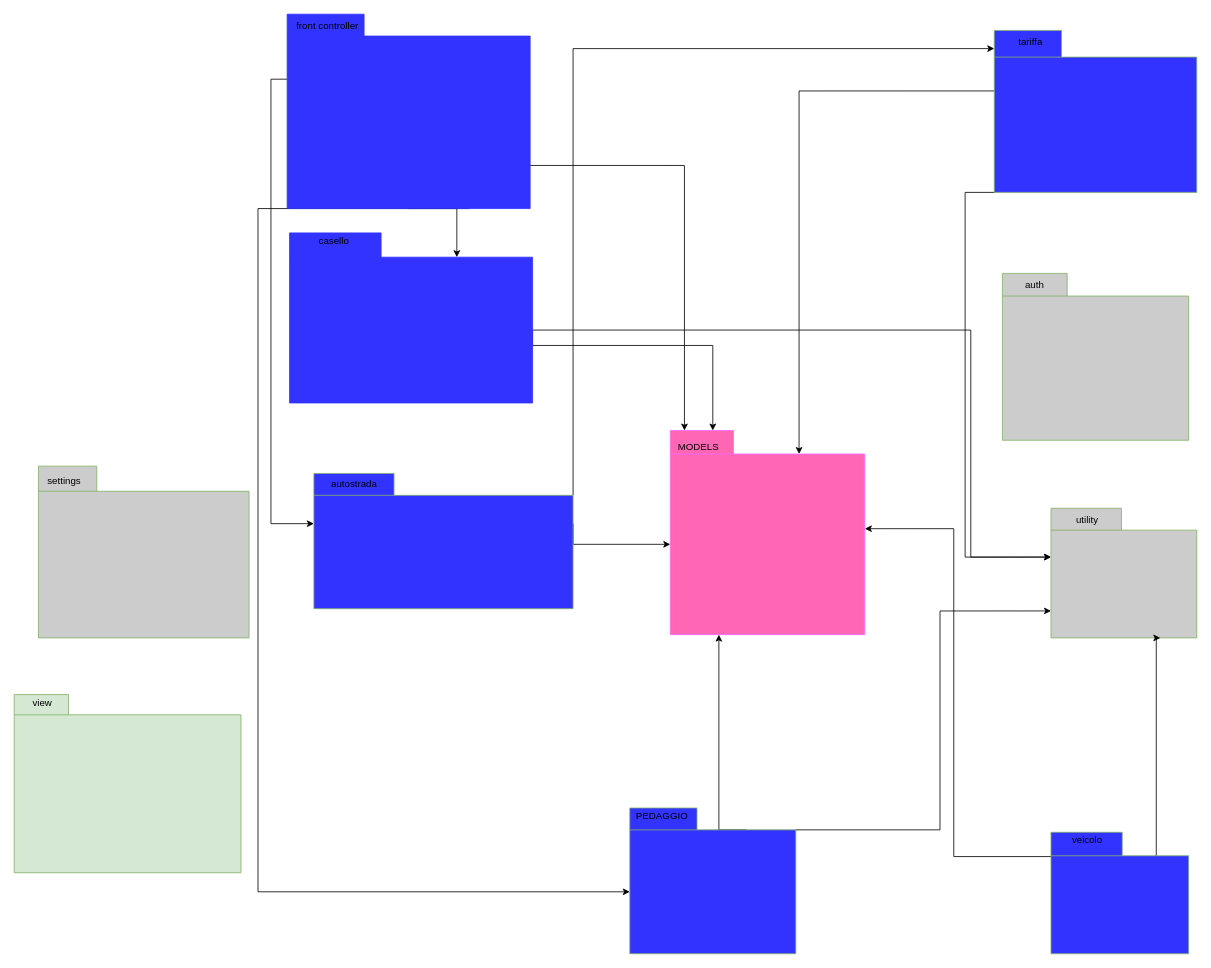
The draw.io diagram packege diagram.drawio in matda/GreenProject, before the edit. Source tidied: cells renumbered, new cells numbered last; positions are measured from the earlier drawing's top-left corner, leaving out a move shared by most shapes. Both pictures are drawn from the tidied source at 81%, with x=0, y=0 at pixel (14, 14).
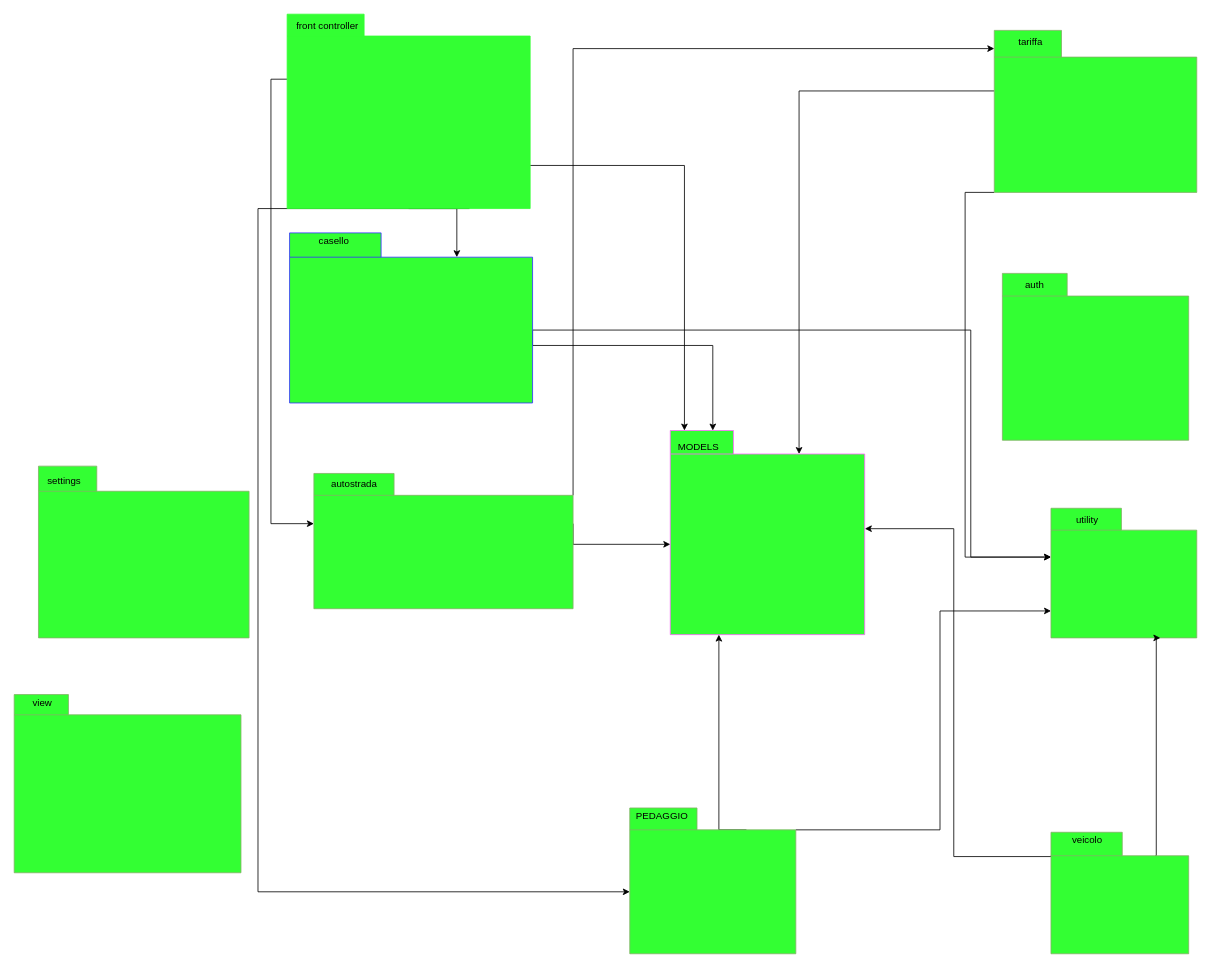
Above is the later version.

Diff of the diagram source:
```diff
@@
-    <mxCell id="6" style="shape=folder;fontStyle=1;spacingTop=10;tabWidth=95;tabHeight=27;tabPosition=left;html=1;fillColor=#3333FF;strokeColor=#3333FF;" parent="1" vertex="1">
+    <mxCell id="6" style="shape=folder;fontStyle=1;spacingTop=10;tabWidth=95;tabHeight=27;tabPosition=left;html=1;fillColor=#33FF33;strokeColor=#33FF33;" parent="1" vertex="1">
       <mxGeometry x="337" width="300" height="240" as="geometry" />
     </mxCell>
@@
-    <mxCell id="9" style="shape=folder;fontStyle=1;spacingTop=10;tabWidth=113;tabHeight=30;tabPosition=left;html=1;fillColor=#3333FF;strokeColor=#3333FF;" parent="1" vertex="1">
+    <mxCell id="9" style="shape=folder;fontStyle=1;spacingTop=10;tabWidth=113;tabHeight=30;tabPosition=left;html=1;fillColor=#33FF33;strokeColor=#3333FF;" parent="1" vertex="1">
       <mxGeometry x="340" y="270" width="300" height="210" as="geometry" />
     </mxCell>
@@
-    <mxCell id="12" style="shape=folder;fontStyle=1;spacingTop=10;tabWidth=83;tabHeight=33;tabPosition=left;html=1;fillColor=#3333FF;strokeColor=#82b366;" parent="1" vertex="1">
+    <mxCell id="12" style="shape=folder;fontStyle=1;spacingTop=10;tabWidth=83;tabHeight=33;tabPosition=left;html=1;fillColor=#33FF33;strokeColor=#82b366;" parent="1" vertex="1">
       <mxGeometry x="1210" y="20" width="250" height="200" as="geometry" />
     </mxCell>
@@
-    <mxCell id="15" style="shape=folder;fontStyle=1;spacingTop=10;tabWidth=83;tabHeight=27;tabPosition=left;html=1;fillColor=#3333FF;strokeColor=#82b366;" parent="1" vertex="1">
+    <mxCell id="15" style="shape=folder;fontStyle=1;spacingTop=10;tabWidth=83;tabHeight=27;tabPosition=left;html=1;fillColor=#33FF33;strokeColor=#82b366;" parent="1" vertex="1">
       <mxGeometry x="760" y="980" width="205" height="180" as="geometry" />
     </mxCell>
-    <mxCell id="16" style="shape=folder;fontStyle=1;spacingTop=10;tabWidth=80;tabHeight=28;tabPosition=left;html=1;fillColor=#CCCCCC;strokeColor=#82b366;" parent="1" vertex="1">
+    <mxCell id="16" style="shape=folder;fontStyle=1;spacingTop=10;tabWidth=80;tabHeight=28;tabPosition=left;html=1;fillColor=#33FF33;strokeColor=#82b366;" parent="1" vertex="1">
       <mxGeometry x="1220" y="320" width="230" height="206" as="geometry" />
     </mxCell>
@@
-    <mxCell id="21" style="shape=folder;fontStyle=1;spacingTop=10;tabWidth=87;tabHeight=27;tabPosition=left;html=1;fillColor=#CCCCCC;strokeColor=#82b366;" parent="1" vertex="1">
+    <mxCell id="21" style="shape=folder;fontStyle=1;spacingTop=10;tabWidth=87;tabHeight=27;tabPosition=left;html=1;fillColor=#33FF33;strokeColor=#82b366;" parent="1" vertex="1">
       <mxGeometry x="1280" y="610" width="180" height="160" as="geometry" />
     </mxCell>
@@
-    <mxCell id="23" style="shape=folder;fontStyle=1;spacingTop=10;tabWidth=78;tabHeight=29;tabPosition=left;html=1;fillColor=#FF66B3;strokeColor=#FF66FF;" parent="1" vertex="1">
+    <mxCell id="23" style="shape=folder;fontStyle=1;spacingTop=10;tabWidth=78;tabHeight=29;tabPosition=left;html=1;fillColor=#33FF33;strokeColor=#FF66FF;" parent="1" vertex="1">
       <mxGeometry x="810" y="514" width="240" height="252" as="geometry" />
     </mxCell>
@@
-    <mxCell id="25" style="shape=folder;fontStyle=1;spacingTop=10;tabWidth=72;tabHeight=31;tabPosition=left;html=1;fillColor=#CCCCCC;strokeColor=#82b366;" parent="1" vertex="1">
+    <mxCell id="25" style="shape=folder;fontStyle=1;spacingTop=10;tabWidth=72;tabHeight=31;tabPosition=left;html=1;fillColor=#33FF33;strokeColor=#82b366;" parent="1" vertex="1">
       <mxGeometry x="30" y="558" width="260" height="212" as="geometry" />
     </mxCell>
-    <mxCell id="26" style="shape=folder;fontStyle=1;spacingTop=10;tabWidth=67;tabHeight=25;tabPosition=left;html=1;fillColor=#d5e8d4;strokeColor=#82B366;" parent="1" vertex="1">
+    <mxCell id="26" style="shape=folder;fontStyle=1;spacingTop=10;tabWidth=67;tabHeight=25;tabPosition=left;html=1;fillColor=#33FF33;strokeColor=#82B366;" parent="1" vertex="1">
       <mxGeometry y="840" width="280" height="220" as="geometry" />
     </mxCell>
@@
-    <mxCell id="32" style="shape=folder;fontStyle=1;spacingTop=10;tabWidth=99;tabHeight=27;tabPosition=left;html=1;fillColor=#3333FF;strokeColor=#82b366;" parent="1" vertex="1">
+    <mxCell id="32" style="shape=folder;fontStyle=1;spacingTop=10;tabWidth=99;tabHeight=27;tabPosition=left;html=1;fillColor=#33FF33;strokeColor=#82b366;" parent="1" vertex="1">
       <mxGeometry x="370" y="567" width="320" height="167" as="geometry" />
     </mxCell>
@@
-    <mxCell id="35" style="shape=folder;fontStyle=1;spacingTop=10;tabWidth=88;tabHeight=29;tabPosition=left;html=1;fillColor=#3333FF;strokeColor=#82b366;" parent="1" vertex="1">
+    <mxCell id="35" style="shape=folder;fontStyle=1;spacingTop=10;tabWidth=88;tabHeight=29;tabPosition=left;html=1;fillColor=#33FF33;strokeColor=#82b366;" parent="1" vertex="1">
       <mxGeometry x="1280" y="1010" width="170" height="150" as="geometry" />
     </mxCell>
```
